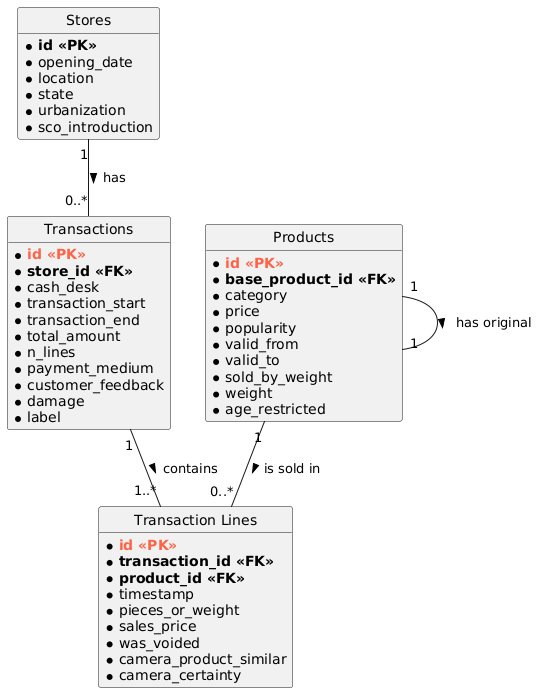
The PlantUML diagram datenmodell.png in David-Leatham/project_data_science, before a commit.
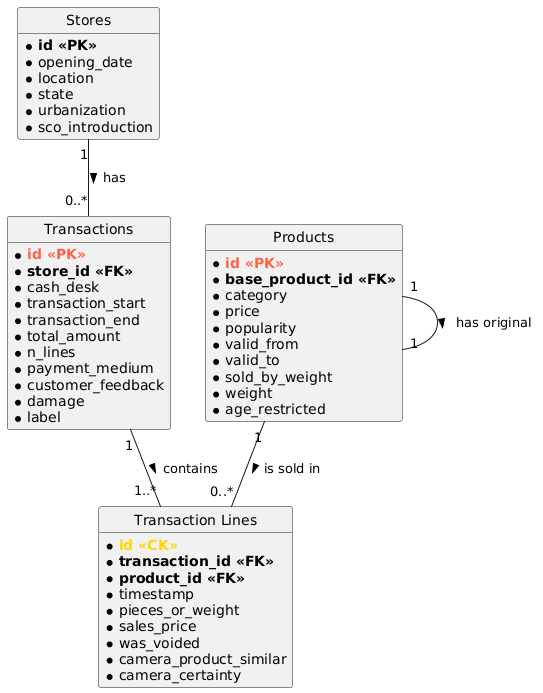
The same diagram one commit later.

The edit, as a diff of the source:
```diff
@@ -40,7 +40,7 @@
 }
 
 class "Transaction Lines" as tl {
-  * <color:Tomato>**id <<PK>>**</color>
+  * <color:Gold>**id <<CK>>**</color>
   * **transaction_id <<FK>>**
   * **product_id <<FK>>**
   * timestamp
```
